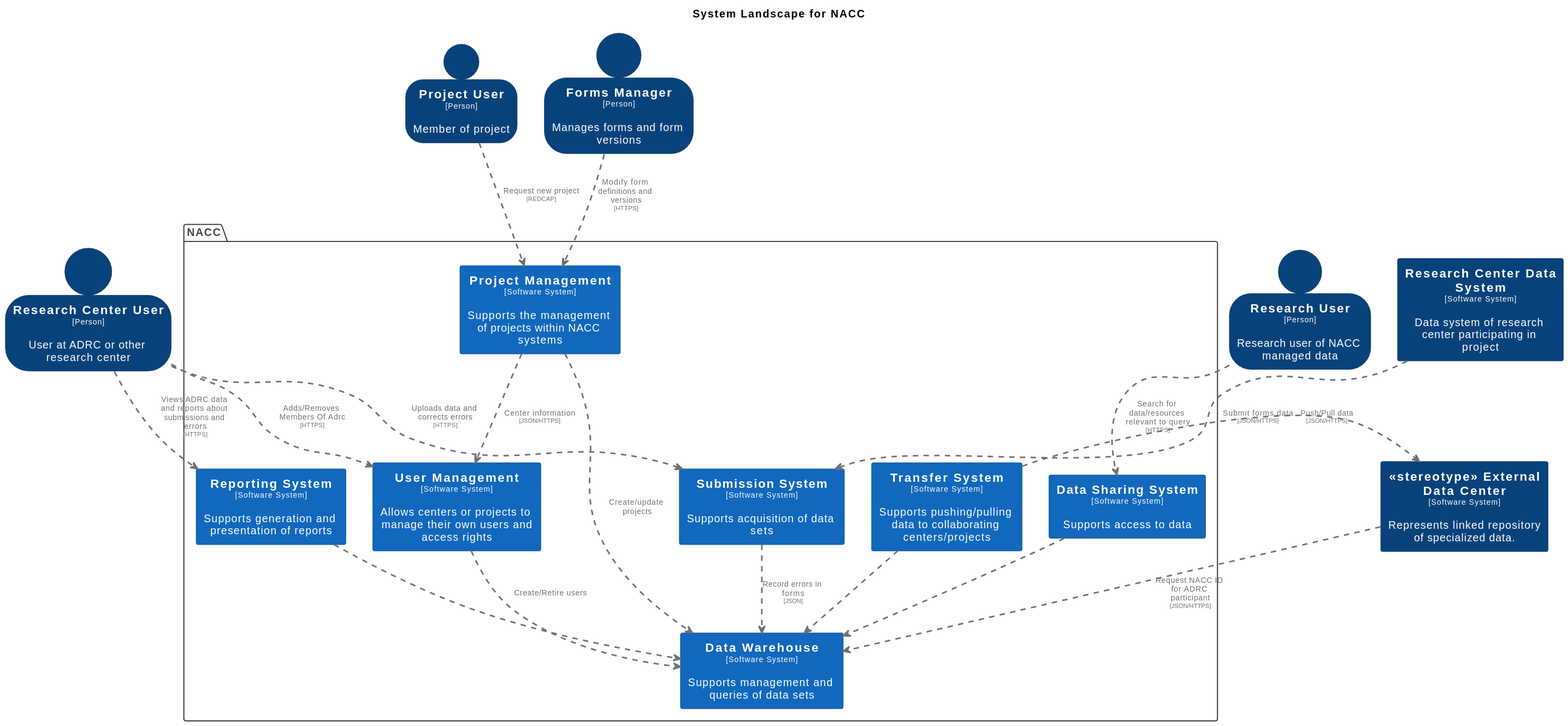
naccdata/system-design keeps this PlantUML diagram as docs/images/structurizr-GeneralizedSystemLandscape.svg. Above is the earlier version.
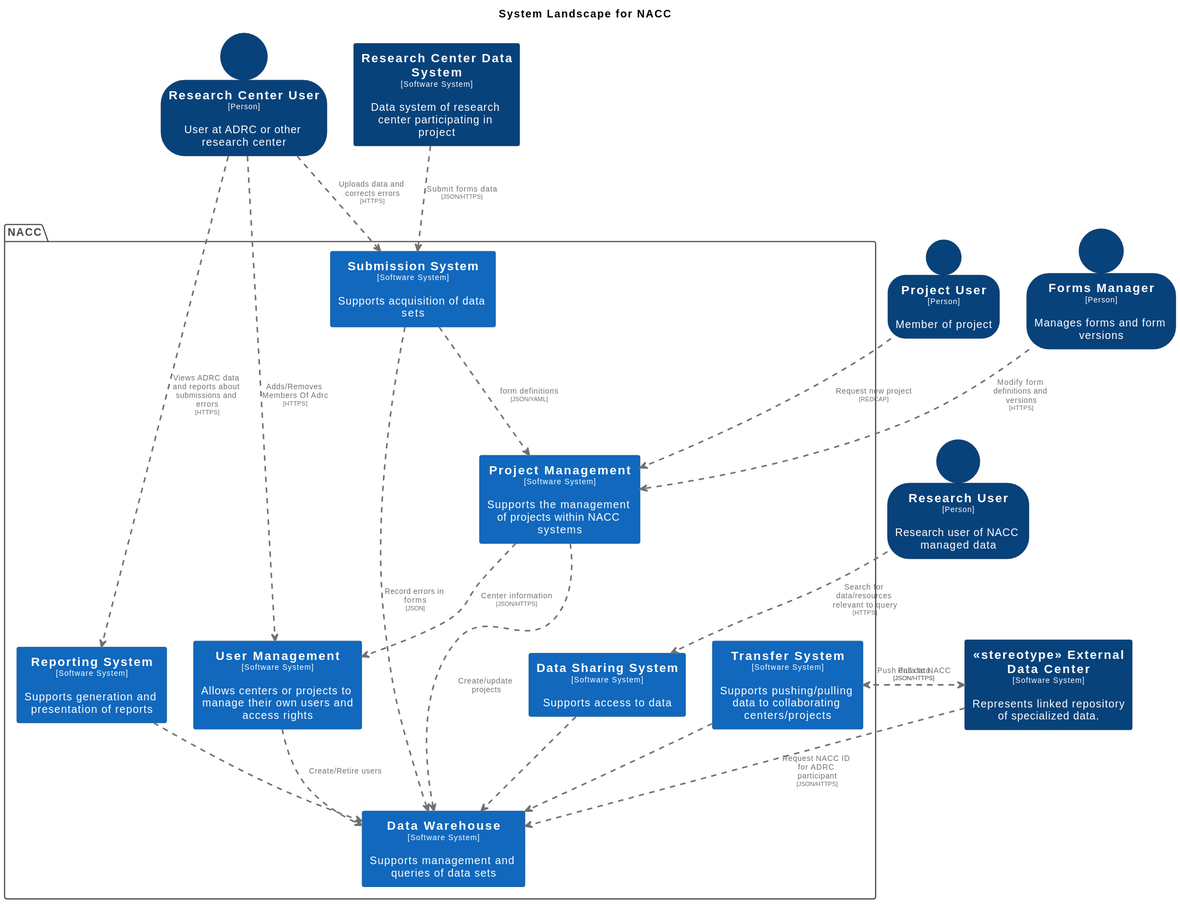
After the commit.

Diff of the diagram source:
```diff
@@ -83,13 +83,13 @@
   skinparam PackageBorderColor<<enterprise>> #444444
   skinparam PackageFontColor<<enterprise>> #444444
 
+  rectangle "==Reporting System\n<size:10>[Software System]</size>\n\nSupports generation and presentation of reports" <<ReportingSystem>> as ReportingSystem
+  rectangle "==Data Sharing System\n<size:10>[Software System]</size>\n\nSupports access to data" <<DataSharingSystem>> as DataSharingSystem
   rectangle "==Data Warehouse\n<size:10>[Software System]</size>\n\nSupports management and queries of data sets" <<DataWarehouse>> as DataWarehouse
+  rectangle "==User Management\n<size:10>[Software System]</size>\n\nAllows centers or projects to manage their own users and access rights" <<UserManagement>> as UserManagement
+  rectangle "==Project Management\n<size:10>[Software System]</size>\n\nSupports the management of projects within NACC systems" <<ProjectManagement>> as ProjectManagement
   rectangle "==Submission System\n<size:10>[Software System]</size>\n\nSupports acquisition of data sets" <<SubmissionSystem>> as SubmissionSystem
   rectangle "==Transfer System\n<size:10>[Software System]</size>\n\nSupports pushing/pulling data to collaborating centers/projects" <<TransferSystem>> as TransferSystem
-  rectangle "==Reporting System\n<size:10>[Software System]</size>\n\nSupports generation and presentation of reports" <<ReportingSystem>> as ReportingSystem
-  rectangle "==Data Sharing System\n<size:10>[Software System]</size>\n\nSupports access to data" <<DataSharingSystem>> as DataSharingSystem
-  rectangle "==User Management\n<size:10>[Software System]</size>\n\nAllows centers or projects to manage their own users and access rights" <<UserManagement>> as UserManagement
-  rectangle "==Project Management\n<size:10>[Software System]</size>\n\nSupports the management of projects within NACC systems" <<ProjectManagement>> as ProjectManagement
 }
 
 person "==Research Center User\n<size:10>[Person]</size>\n\nUser at ADRC or other research center" <<ResearchCenterUser>> as ResearchCenterUser
@@ -99,8 +99,8 @@
 rectangle "==<<stereotype>> External Data Center\n<size:10>[Software System]</size>\n\nRepresents linked repository of specialized data." <<stereotypeExternalDataCenter>> as stereotypeExternalDataCenter
 rectangle "==Research Center Data System\n<size:10>[Software System]</size>\n\nData system of research center participating in project" <<ResearchCenterDataSystem>> as ResearchCenterDataSystem
 
-ProjectManagement .[#707070,thickness=2].> UserManagement : "<color:#707070>Center information\n<color:#707070><size:8>[JSON/HTTPS]</size>"
-ProjectManagement .[#707070,thickness=2].> DataWarehouse : "<color:#707070>Create/update projects"
+ReportingSystem .[#707070,thickness=2].> DataWarehouse : "<color:#707070>"
+DataSharingSystem .[#707070,thickness=2].> DataWarehouse : "<color:#707070>"
 ResearchCenterUser .[#707070,thickness=2].> UserManagement : "<color:#707070>Adds/Removes Members Of Adrc\n<color:#707070><size:8>[HTTPS]</size>"
 ResearchCenterUser .[#707070,thickness=2].> ReportingSystem : "<color:#707070>Views ADRC data and reports about submissions and errors\n<color:#707070><size:8>[HTTPS]</size>"
 ResearchCenterUser .[#707070,thickness=2].> SubmissionSystem : "<color:#707070>Uploads data and corrects errors\n<color:#707070><size:8>[HTTPS]</size>"
@@ -108,11 +108,13 @@
 FormsManager .[#707070,thickness=2].> ProjectManagement : "<color:#707070>Modify form definitions and versions\n<color:#707070><size:8>[HTTPS]</size>"
 ResearchUser .[#707070,thickness=2].> DataSharingSystem : "<color:#707070>Search for data/resources relevant to query\n<color:#707070><size:8>[HTTPS]</size>"
 stereotypeExternalDataCenter .[#707070,thickness=2].> DataWarehouse : "<color:#707070>Request NACC ID for ADRC participant\n<color:#707070><size:8>[JSON/HTTPS]</size>"
-TransferSystem .[#707070,thickness=2].> stereotypeExternalDataCenter : "<color:#707070>Push/Pull data\n<color:#707070><size:8>[JSON/HTTPS]</size>"
+stereotypeExternalDataCenter .[#707070,thickness=2].> TransferSystem : "<color:#707070>Push data to NACC\n<color:#707070><size:8>[JSON/HTTPS]</size>"
+TransferSystem .[#707070,thickness=2].> stereotypeExternalDataCenter : "<color:#707070>Pull data\n<color:#707070><size:8>[JSON/HTTPS]</size>"
 ResearchCenterDataSystem .[#707070,thickness=2].> SubmissionSystem : "<color:#707070>Submit forms data\n<color:#707070><size:8>[JSON/HTTPS]</size>"
+UserManagement .[#707070,thickness=2].> DataWarehouse : "<color:#707070>Create/Retire users"
+ProjectManagement .[#707070,thickness=2].> UserManagement : "<color:#707070>Center information\n<color:#707070><size:8>[JSON/HTTPS]</size>"
+ProjectManagement .[#707070,thickness=2].> DataWarehouse : "<color:#707070>Create/update projects"
 SubmissionSystem .[#707070,thickness=2].> DataWarehouse : "<color:#707070>Record errors in forms\n<color:#707070><size:8>[JSON]</size>"
+SubmissionSystem .[#707070,thickness=2].> ProjectManagement : "<color:#707070>form definitions\n<color:#707070><size:8>[JSON/YAML]</size>"
 TransferSystem .[#707070,thickness=2].> DataWarehouse : "<color:#707070>"
-ReportingSystem .[#707070,thickness=2].> DataWarehouse : "<color:#707070>"
-DataSharingSystem .[#707070,thickness=2].> DataWarehouse : "<color:#707070>"
-UserManagement .[#707070,thickness=2].> DataWarehouse : "<color:#707070>Create/Retire users"
 @enduml
```
